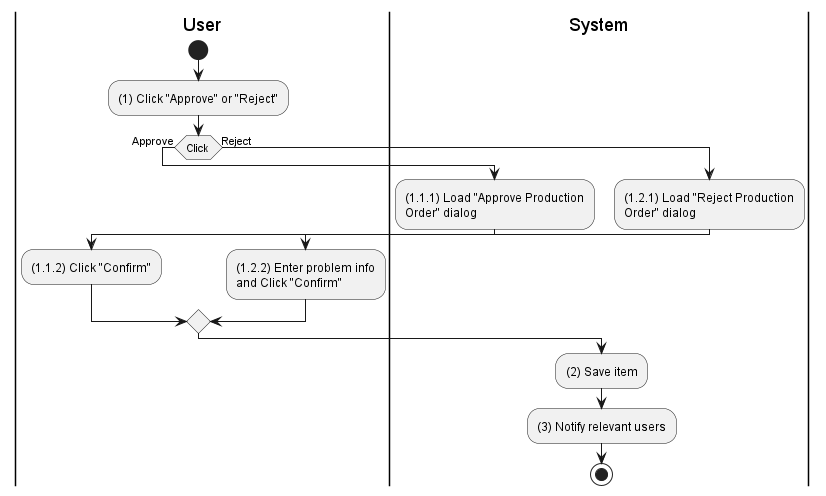
Before: activities/production-order-approve.png, a diagram exported from PlantUML (phihungha/scmss-reqs). The source it was exported from:
```plantuml
@startuml production-order-approve
|u|User
|s|System

|u|
start
:(1) Click "Approve" or "Reject";
if (Click) then (Approve)
    |s|
    :(1.1.1) Load "Approve Production\nOrder" dialog;
    |u|
    :(1.1.2) Click "Confirm";
else (Reject)
    |s|
    :(1.2.1) Load "Reject Production\nOrder" dialog;
    |u|
    :(1.2.2) Enter problem info\nand Click "Confirm";
endif
|s|
:(2) Save item;
:(3) Notify relevant users;
stop
@enduml
```
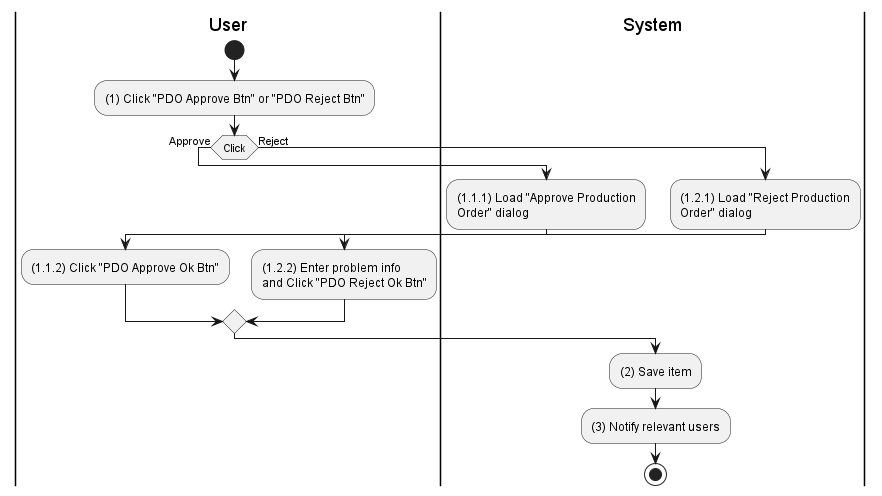
Later version of the same file.

The edit, as a diff of the source:
```diff
@@ -4,17 +4,17 @@
 
 |u|
 start
-:(1) Click "Approve" or "Reject";
+:(1) Click "PDO Approve Btn" or "PDO Reject Btn";
 if (Click) then (Approve)
     |s|
     :(1.1.1) Load "Approve Production\nOrder" dialog;
     |u|
-    :(1.1.2) Click "Confirm";
+    :(1.1.2) Click "PDO Approve Ok Btn";
 else (Reject)
     |s|
     :(1.2.1) Load "Reject Production\nOrder" dialog;
     |u|
-    :(1.2.2) Enter problem info\nand Click "Confirm";
+    :(1.2.2) Enter problem info\nand Click "PDO Reject Ok Btn";
 endif
 |s|
 :(2) Save item;
```
